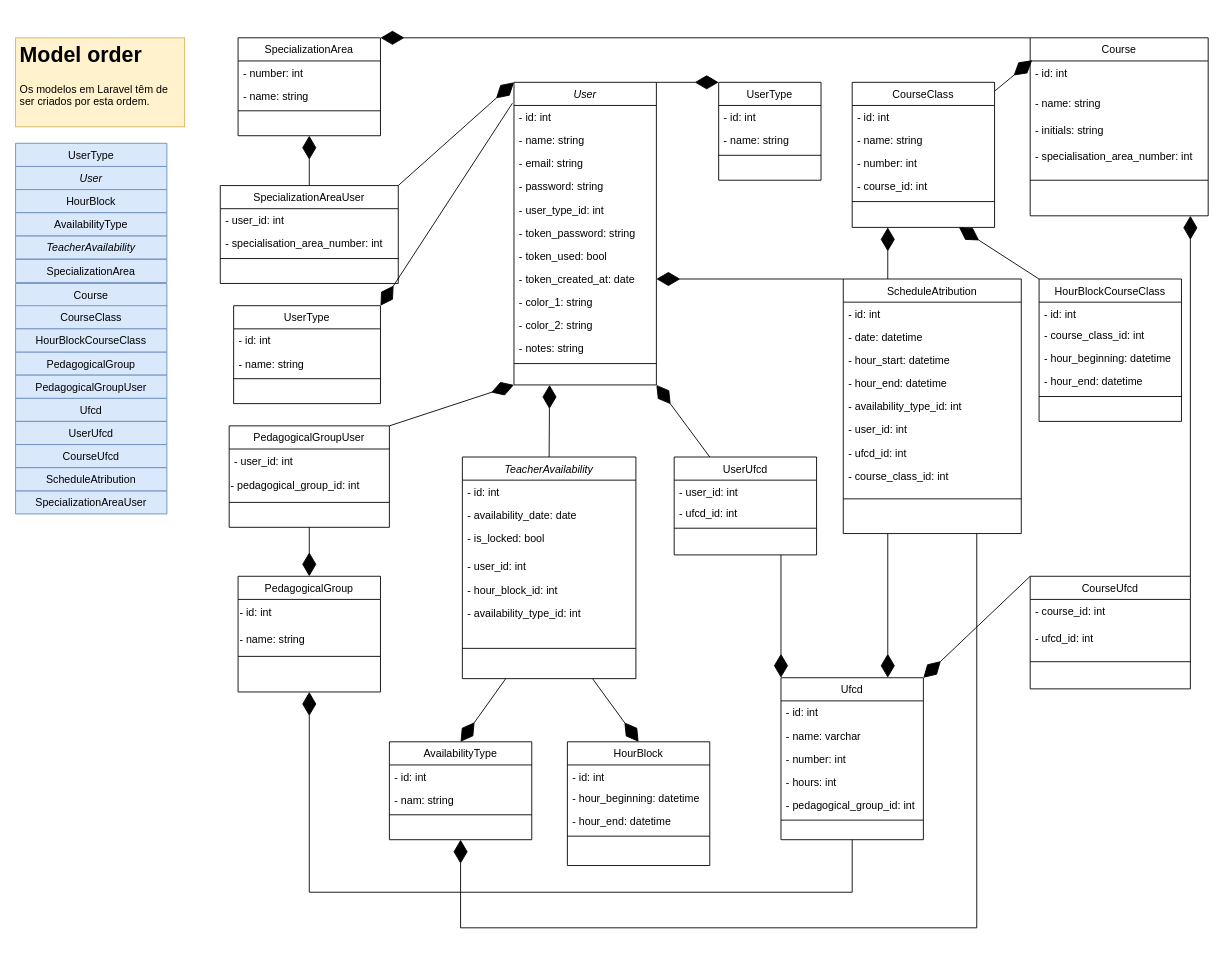
This is Documentação/Arquitetura de Sistema - gráficos/Diagrama de Classes v2.drawio from LaggyMcLagg/Agile-Wing, a draw.io file, before an edit. Source tidied: cells renumbered, new cells numbered last; positions are measured from the earlier drawing's top-left corner, leaving out a move shared by most shapes. Both pictures are drawn from the tidied source at 89%, with x=0, y=0 at pixel (15, 37).
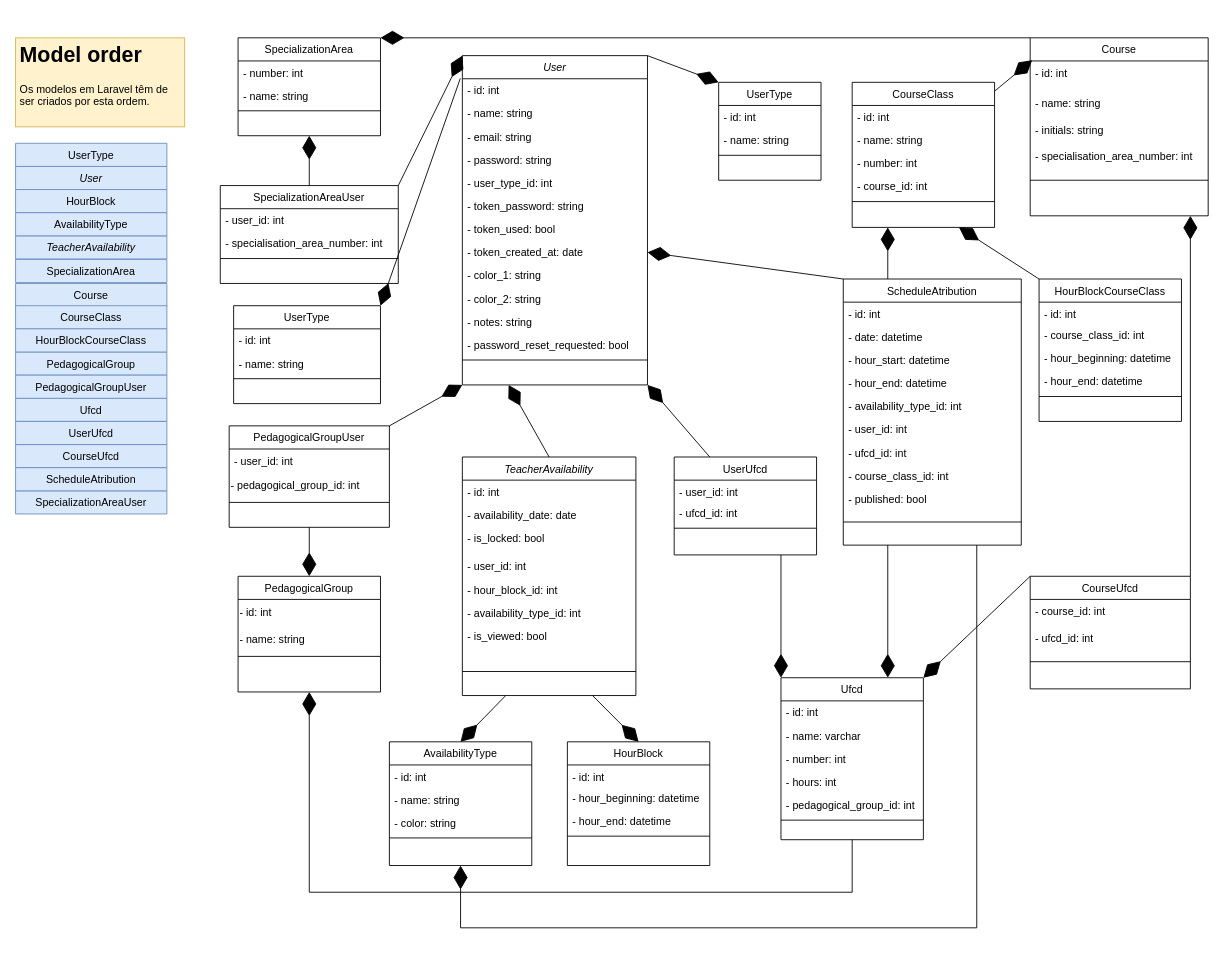
Above is the later version.

Change to the diagram source:
```diff
@@
     <mxCell id="2" value="ScheduleAtribution" style="swimlane;fontStyle=0;align=center;verticalAlign=top;horizontal=1;startSize=26;rounded=0;shadow=0;strokeWidth=1;" parent="1" vertex="1">
-      <mxGeometry x="930" y="271" width="200" height="286" as="geometry" />
+      <mxGeometry x="930" y="271" width="200" height="299" as="geometry" />
     </mxCell>
@@
+    <mxCell id="137" value="- published: bool" style="text;align=left;verticalAlign=top;spacingLeft=4;spacingRight=4;overflow=hidden;rounded=0;shadow=0;html=0;" parent="2" vertex="1">
+      <mxGeometry y="234" width="200" height="26" as="geometry" />
+    </mxCell>
     <mxCell id="11" style="line;html=1;strokeWidth=1;align=left;verticalAlign=middle;spacingTop=-1;spacingLeft=3;spacingRight=3;labelPosition=right;" parent="2" vertex="1">
-      <mxGeometry y="234" width="200" height="26" as="geometry" />
+      <mxGeometry y="260" width="200" height="26" as="geometry" />
     </mxCell>
@@
     <mxCell id="20" value="TeacherAvailability " style="swimlane;fontStyle=2;align=center;verticalAlign=top;horizontal=1;startSize=26;rounded=0;shadow=0;strokeWidth=1;" parent="1" vertex="1">
-      <mxGeometry x="502" y="471" width="195" height="249" as="geometry" />
+      <mxGeometry x="502" y="471" width="195" height="268" as="geometry" />
     </mxCell>
@@
+    <mxCell id="138" value="- is_viewed: bool" style="text;align=left;verticalAlign=top;spacingLeft=4;spacingRight=4;overflow=hidden;rounded=0;shadow=0;html=0;" parent="20" vertex="1">
+      <mxGeometry y="188" width="195" height="26" as="geometry" />
+    </mxCell>
     <mxCell id="27" style="line;html=1;strokeWidth=1;align=left;verticalAlign=middle;spacingTop=-1;spacingLeft=3;spacingRight=3;labelPosition=right;" parent="20" vertex="1">
-      <mxGeometry y="188" width="195" height="54" as="geometry" />
+      <mxGeometry y="214" width="195" height="54" as="geometry" />
     </mxCell>
     <mxCell id="28" value="AvailabilityType" style="swimlane;fontStyle=0;align=center;verticalAlign=top;horizontal=1;startSize=26;rounded=0;shadow=0;strokeWidth=1;" parent="1" vertex="1">
-      <mxGeometry x="420" y="791" width="160" height="110" as="geometry" />
+      <mxGeometry x="420" y="791" width="160" height="139" as="geometry" />
     </mxCell>
@@
-    <mxCell id="30" value="- nam: string" style="text;align=left;verticalAlign=top;spacingLeft=4;spacingRight=4;overflow=hidden;" parent="28" vertex="1">
+    <mxCell id="30" value="- name: string" style="text;align=left;verticalAlign=top;spacingLeft=4;spacingRight=4;overflow=hidden;" parent="28" vertex="1">
       <mxGeometry y="52" width="160" height="26" as="geometry" />
     </mxCell>
+    <mxCell id="139" value="- color: string" style="text;align=left;verticalAlign=top;spacingLeft=4;spacingRight=4;overflow=hidden;" parent="28" vertex="1">
+      <mxGeometry y="78" width="160" height="26" as="geometry" />
+    </mxCell>
     <mxCell id="31" style="line;html=1;strokeWidth=1;align=left;verticalAlign=middle;spacingTop=-1;spacingLeft=3;spacingRight=3;labelPosition=right;" parent="28" vertex="1">
-      <mxGeometry y="78" width="160" height="8" as="geometry" />
+      <mxGeometry y="104" width="160" height="8" as="geometry" />
     </mxCell>
@@
     <mxCell id="56" value="User" style="swimlane;fontStyle=2;align=center;verticalAlign=top;horizontal=1;startSize=26;rounded=0;shadow=0;strokeWidth=1;" parent="1" vertex="1">
-      <mxGeometry x="560" y="50" width="160" height="340" as="geometry" />
+      <mxGeometry x="502" y="20" width="208" height="370" as="geometry" />
     </mxCell>
     <mxCell id="57" value="- id: int" style="text;align=left;verticalAlign=top;spacingLeft=4;spacingRight=4;overflow=hidden;" parent="56" vertex="1">
-      <mxGeometry y="26" width="160" height="26" as="geometry" />
+      <mxGeometry y="26" width="208" height="26" as="geometry" />
     </mxCell>
     <mxCell id="58" value="- name: string" style="text;align=left;verticalAlign=top;spacingLeft=4;spacingRight=4;overflow=hidden;rounded=0;shadow=0;html=0;" parent="56" vertex="1">
-      <mxGeometry y="52" width="160" height="26" as="geometry" />
+      <mxGeometry y="52" width="208" height="26" as="geometry" />
     </mxCell>
     <mxCell id="59" value="- email: string" style="text;align=left;verticalAlign=top;spacingLeft=4;spacingRight=4;overflow=hidden;rounded=0;shadow=0;html=0;" parent="56" vertex="1">
-      <mxGeometry y="78" width="160" height="26" as="geometry" />
+      <mxGeometry y="78" width="208" height="26" as="geometry" />
     </mxCell>
     <mxCell id="60" value="- password: string" style="text;align=left;verticalAlign=top;spacingLeft=4;spacingRight=4;overflow=hidden;rounded=0;shadow=0;html=0;" parent="56" vertex="1">
-      <mxGeometry y="104" width="160" height="26" as="geometry" />
+      <mxGeometry y="104" width="208" height="26" as="geometry" />
     </mxCell>
     <mxCell id="61" value="- user_type_id: int" style="text;align=left;verticalAlign=top;spacingLeft=4;spacingRight=4;overflow=hidden;rounded=0;shadow=0;html=0;" parent="56" vertex="1">
-      <mxGeometry y="130" width="160" height="26" as="geometry" />
+      <mxGeometry y="130" width="208" height="26" as="geometry" />
     </mxCell>
     <mxCell id="62" value="- token_password: string" style="text;align=left;verticalAlign=top;spacingLeft=4;spacingRight=4;overflow=hidden;rounded=0;shadow=0;html=0;" parent="56" vertex="1">
-      <mxGeometry y="156" width="160" height="26" as="geometry" />
+      <mxGeometry y="156" width="208" height="26" as="geometry" />
     </mxCell>
     <mxCell id="63" value="- token_used: bool" style="text;align=left;verticalAlign=top;spacingLeft=4;spacingRight=4;overflow=hidden;rounded=0;shadow=0;html=0;" parent="56" vertex="1">
-      <mxGeometry y="182" width="160" height="26" as="geometry" />
+      <mxGeometry y="182" width="208" height="26" as="geometry" />
     </mxCell>
     <mxCell id="64" value="- token_created_at: date" style="text;align=left;verticalAlign=top;spacingLeft=4;spacingRight=4;overflow=hidden;points=[[0,0.5],[1,0.5]];portConstraint=eastwest;rounded=0;shadow=0;html=0;" parent="56" vertex="1">
-      <mxGeometry y="208" width="160" height="26" as="geometry" />
+      <mxGeometry y="208" width="208" height="26" as="geometry" />
     </mxCell>
     <mxCell id="65" value="- color_1: string" style="text;align=left;verticalAlign=top;spacingLeft=4;spacingRight=4;overflow=hidden;rounded=0;shadow=0;html=0;" parent="56" vertex="1">
-      <mxGeometry y="234" width="160" height="26" as="geometry" />
+      <mxGeometry y="234" width="208" height="26" as="geometry" />
     </mxCell>
     <mxCell id="66" value="- color_2: string" style="text;align=left;verticalAlign=top;spacingLeft=4;spacingRight=4;overflow=hidden;rounded=0;shadow=0;html=0;" parent="56" vertex="1">
-      <mxGeometry y="260" width="160" height="26" as="geometry" />
+      <mxGeometry y="260" width="208" height="26" as="geometry" />
     </mxCell>
     <mxCell id="67" value="- notes: string" style="text;align=left;verticalAlign=top;spacingLeft=4;spacingRight=4;overflow=hidden;rounded=0;shadow=0;html=0;" parent="56" vertex="1">
-      <mxGeometry y="286" width="160" height="26" as="geometry" />
+      <mxGeometry y="286" width="208" height="26" as="geometry" />
     </mxCell>
+    <mxCell id="140" value="- password_reset_requested: bool" style="text;align=left;verticalAlign=top;spacingLeft=4;spacingRight=4;overflow=hidden;rounded=0;shadow=0;html=0;" parent="56" vertex="1">
+      <mxGeometry y="312" width="208" height="26" as="geometry" />
+    </mxCell>
     <mxCell id="68" style="line;html=1;strokeWidth=1;align=left;verticalAlign=middle;spacingTop=-1;spacingLeft=3;spacingRight=3;labelPosition=right;" parent="56" vertex="1">
-      <mxGeometry y="312" width="160" height="8" as="geometry" />
+      <mxGeometry y="338" width="208" height="8" as="geometry" />
     </mxCell>
```
